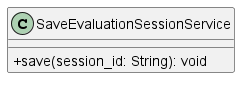
Earlier version of the PlantUML export src/PB/DocumentazioneEsterna/Specifica_Tecnica/content/uml/png/Session/SaveEvaluationSessionService.png (GroupRubberDuck/Documentazione).
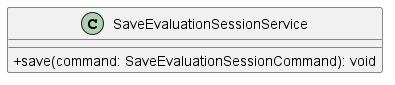
After the commit.

What changed in the source:
```diff
@@ -1,6 +1,6 @@
 @startuml SaveEvaluationSessionService
 skinparam classAttributeIconSize 0
 class SaveEvaluationSessionService {
-    + save(session_id: String): void
-}
+        + save(command: SaveEvaluationSessionCommand): void
+    }
 @enduml
```
